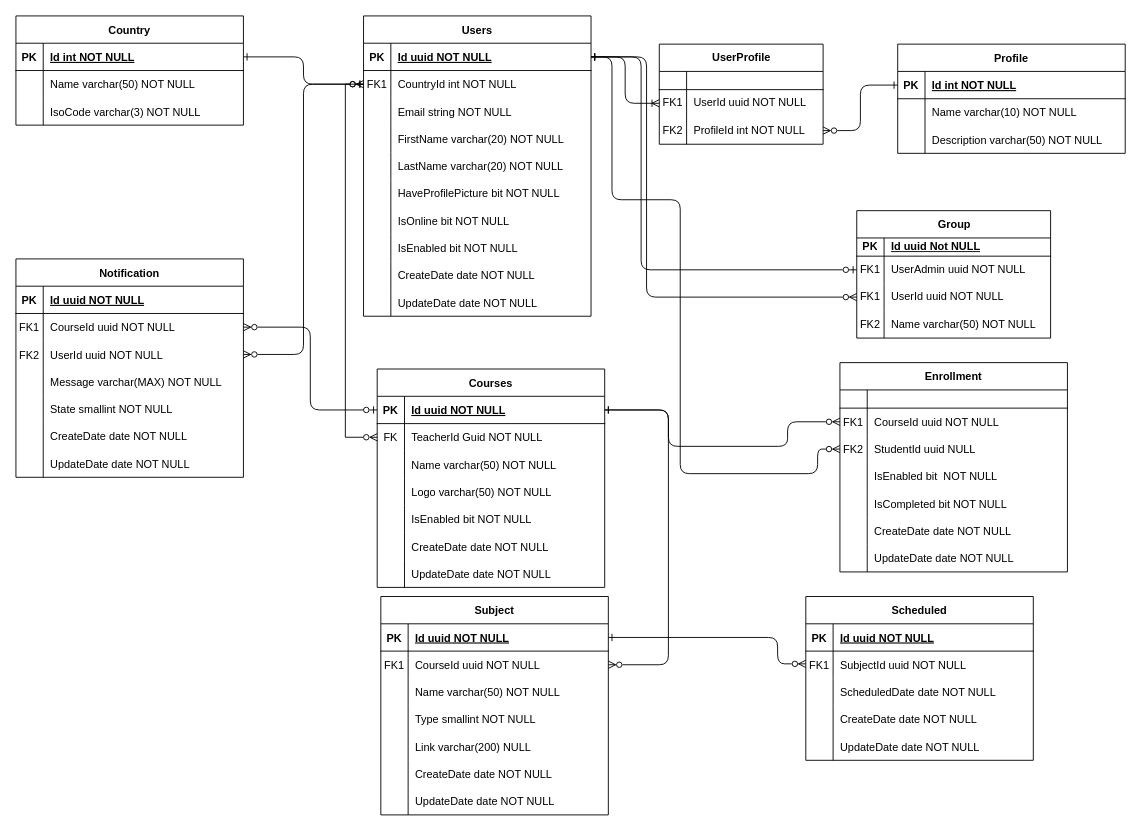
Above: StudyFlow Entidad-Relacion.drawio in Jomprate/StudyFlow (draw.io), before the change. Source tidied: cells renumbered, new cells numbered last; positions are measured from the earlier drawing's top-left corner, leaving out a move shared by most shapes. Both pictures are drawn from the tidied source at 91%, with x=0, y=0 at pixel (15, 15).
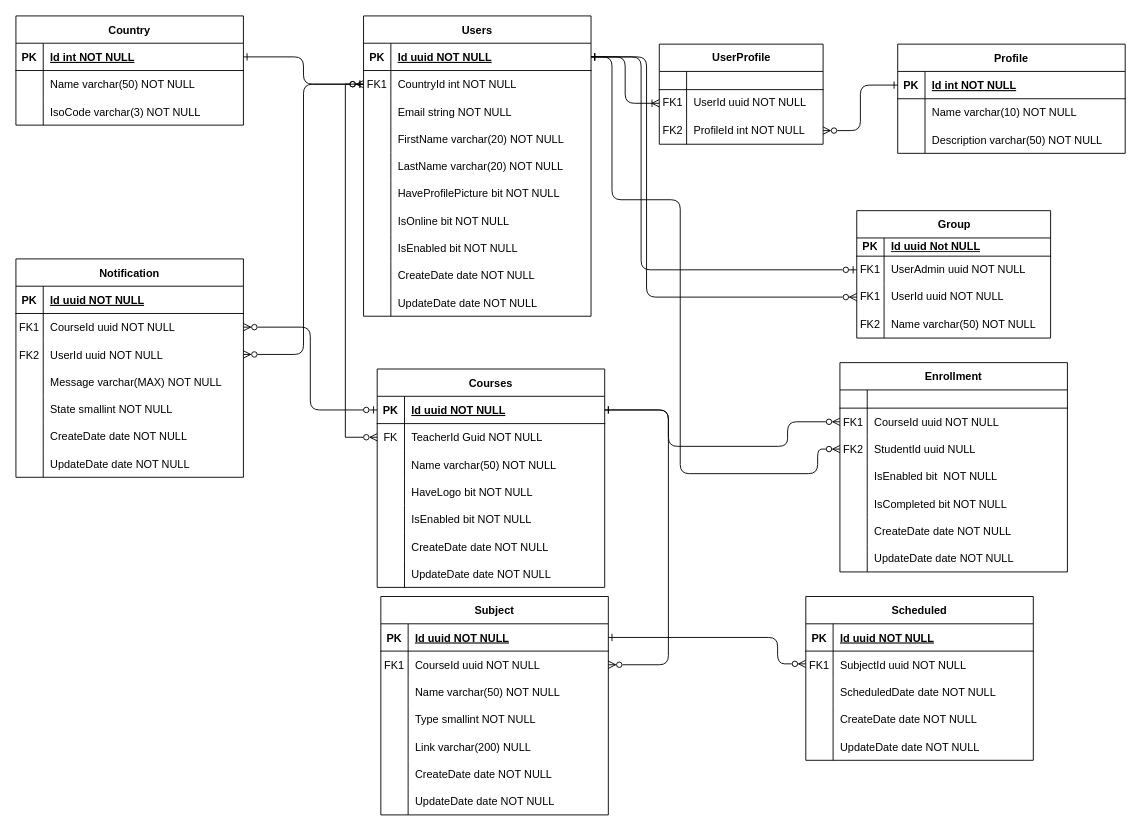
The same page after the edit.

Commit message:
Add HaveLogo in Course Entity

Unchanged cells that the change refers to:
```xml
<mxCell id="148" style="shape=partialRectangle;fillColor=none;top=0;left=0;right=0;bottom=0;rounded=0;" parent="138" vertex="1">
  <mxGeometry y="120" width="250" height="30" as="geometry" />
</mxCell>
```

What changed in the source:
```diff
@@
-    <mxCell id="150" value="Logo varchar(50) NOT NULL" style="shape=partialRectangle;overflow=hidden;fillColor=none;top=0;left=0;bottom=0;right=0;align=left;spacingLeft=6;rounded=0;" parent="148" vertex="1">
+    <mxCell id="150" value="HaveLogo bit NOT NULL" style="shape=partialRectangle;overflow=hidden;fillColor=none;top=0;left=0;bottom=0;right=0;align=left;spacingLeft=6;rounded=0;" parent="148" vertex="1">
       <mxGeometry x="30" width="220" height="30" as="geometry" />
     </mxCell>
```
